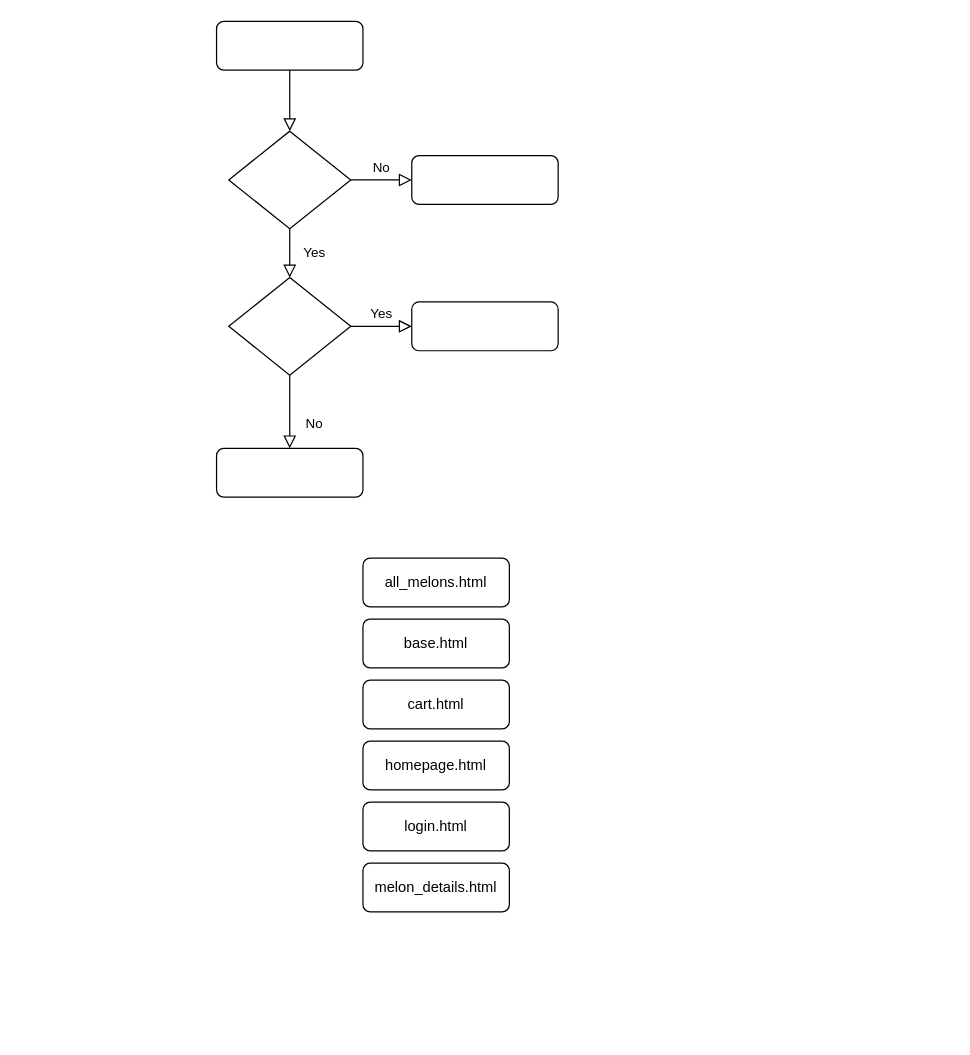
Above: g_and_erikkas_PP-shopping_site.drawio in erikkaincolor/shopping-site (draw.io), before the change. Source tidied: cells renumbered, new cells numbered last; positions are measured from the earlier drawing's top-left corner, leaving out a move shared by most shapes. Both pictures are drawn from the tidied source at 122%, with x=0, y=0 at pixel (216, 21).
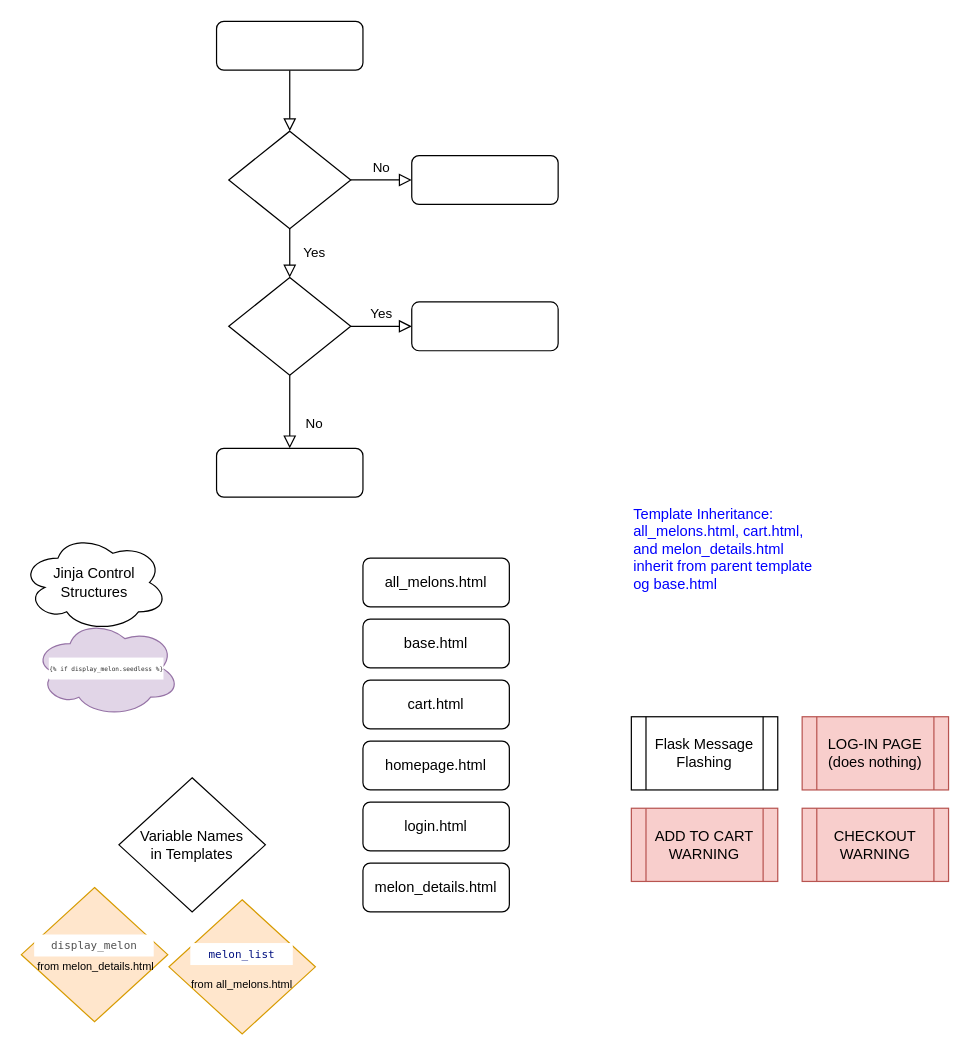
After the change.

Commit message:
adding in variables, flask warnings, jinja control structures and template inheritance icons

The edit, as a diff of the source:
```diff
@@
+    <mxCell id="19" value="&lt;div&gt;Variable Names &lt;br&gt;&lt;/div&gt;&lt;div&gt;in Templates&lt;/div&gt;" style="rhombus;whiteSpace=wrap;html=1;" parent="1" vertex="1">
+      <mxGeometry x="-80" y="620" width="120" height="110" as="geometry" />
+    </mxCell>
+    <mxCell id="20" value="&lt;div style=&quot;color: rgb(41, 41, 41); background-color: rgb(255, 255, 255); font-family: Menlo, Monaco, &amp;quot;Courier New&amp;quot;, monospace; font-weight: normal; font-size: 9px; line-height: 18px;&quot;&gt;&lt;div style=&quot;font-size: 9px;&quot;&gt;&lt;font style=&quot;font-size: 9px;&quot;&gt;&lt;span style=&quot;color: rgb(0, 16, 128); font-size: 9px;&quot;&gt;melon_list&lt;/span&gt;&lt;/font&gt;&lt;/div&gt;&lt;/div&gt;&lt;div style=&quot;font-size: 9px;&quot;&gt;&lt;font style=&quot;font-size: 9px;&quot;&gt;&lt;br style=&quot;font-size: 9px;&quot;&gt;&lt;/font&gt;&lt;/div&gt;&lt;div style=&quot;font-size: 9px;&quot;&gt;&lt;font style=&quot;font-size: 9px;&quot;&gt;from all_melons.html&lt;br style=&quot;font-size: 9px;&quot;&gt;&lt;/font&gt;&lt;/div&gt;" style="rhombus;whiteSpace=wrap;html=1;fillColor=#ffe6cc;strokeColor=#d79b00;" parent="1" vertex="1">
+      <mxGeometry x="-39" y="720" width="120" height="110" as="geometry" />
+    </mxCell>
+    <mxCell id="21" value="&lt;div style=&quot;color: rgb(41, 41, 41); background-color: rgb(255, 255, 255); font-family: Menlo, Monaco, &amp;quot;Courier New&amp;quot;, monospace; font-weight: normal; font-size: 9px; line-height: 18px;&quot;&gt;&lt;div style=&quot;font-size: 9px;&quot;&gt;&lt;font style=&quot;font-size: 9px;&quot;&gt;&lt;span style=&quot;color: rgb(81, 81, 81); font-size: 9px;&quot;&gt;display_melon&lt;/span&gt;&lt;/font&gt;&lt;/div&gt;&lt;/div&gt;&lt;font style=&quot;font-size: 9px;&quot;&gt;&amp;nbsp;from melon_details.html&lt;/font&gt;" style="rhombus;whiteSpace=wrap;html=1;fillColor=#ffe6cc;strokeColor=#d79b00;" parent="1" vertex="1">
+      <mxGeometry x="-160" y="710" width="120" height="110" as="geometry" />
+    </mxCell>
+    <mxCell id="22" value="Flask Message Flashing" style="shape=process;whiteSpace=wrap;html=1;backgroundOutline=1;" parent="1" vertex="1">
+      <mxGeometry x="340" y="570" width="120" height="60" as="geometry" />
+    </mxCell>
+    <mxCell id="23" value="Jinja Control Structures" style="ellipse;shape=cloud;whiteSpace=wrap;html=1;" parent="1" vertex="1">
+      <mxGeometry x="-160" y="420" width="120" height="80" as="geometry" />
+    </mxCell>
+    <mxCell id="24" value="&lt;div style=&quot;color: rgb(41, 41, 41); background-color: rgb(255, 255, 255); font-family: Menlo, Monaco, &amp;quot;Courier New&amp;quot;, monospace; font-weight: normal; font-size: 5px; line-height: 18px;&quot;&gt;&lt;div style=&quot;font-size: 5px;&quot;&gt;&lt;span style=&quot;color: rgb(41, 41, 41); font-size: 5px;&quot;&gt;{% if display_melon.seedless %}&lt;/span&gt;&lt;/div&gt;&lt;/div&gt;" style="ellipse;shape=cloud;whiteSpace=wrap;html=1;fillColor=#e1d5e7;strokeColor=#9673a6;" parent="1" vertex="1">
+      <mxGeometry x="-150" y="490" width="120" height="80" as="geometry" />
+    </mxCell>
+    <mxCell id="25" value="Template Inheritance: all_melons.html, cart.html, and melon_details.html inherit from parent template og base.html" style="text;whiteSpace=wrap;html=1;fontColor=#0000FF;" parent="1" vertex="1">
+      <mxGeometry x="340" y="390" width="160" height="40" as="geometry" />
+    </mxCell>
+    <mxCell id="26" value="LOG-IN PAGE (does nothing)" style="shape=process;whiteSpace=wrap;html=1;backgroundOutline=1;fillColor=#f8cecc;strokeColor=#b85450;" parent="1" vertex="1">
+      <mxGeometry x="480" y="570" width="120" height="60" as="geometry" />
+    </mxCell>
+    <mxCell id="27" value="CHECKOUT WARNING" style="shape=process;whiteSpace=wrap;html=1;backgroundOutline=1;fillColor=#f8cecc;strokeColor=#b85450;" parent="1" vertex="1">
+      <mxGeometry x="480" y="645" width="120" height="60" as="geometry" />
+    </mxCell>
+    <mxCell id="28" value="ADD TO CART WARNING" style="shape=process;whiteSpace=wrap;html=1;backgroundOutline=1;fillColor=#f8cecc;strokeColor=#b85450;" parent="1" vertex="1">
+      <mxGeometry x="340" y="645" width="120" height="60" as="geometry" />
+    </mxCell>
```
